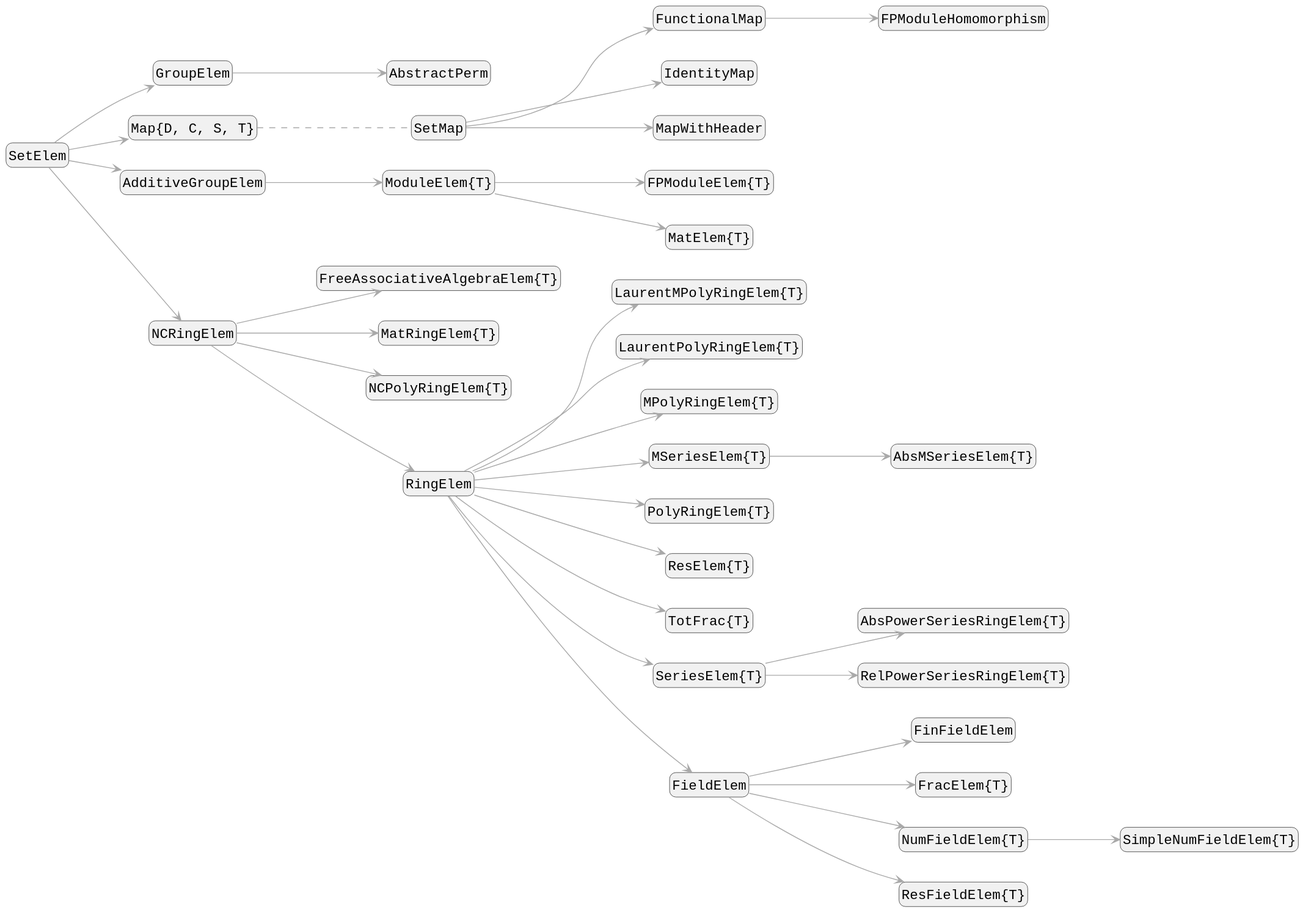
Above: docs/src/assets/elements_diagram.svg in Nemocas/AbstractAlgebra.jl (PlantUML), before the change.
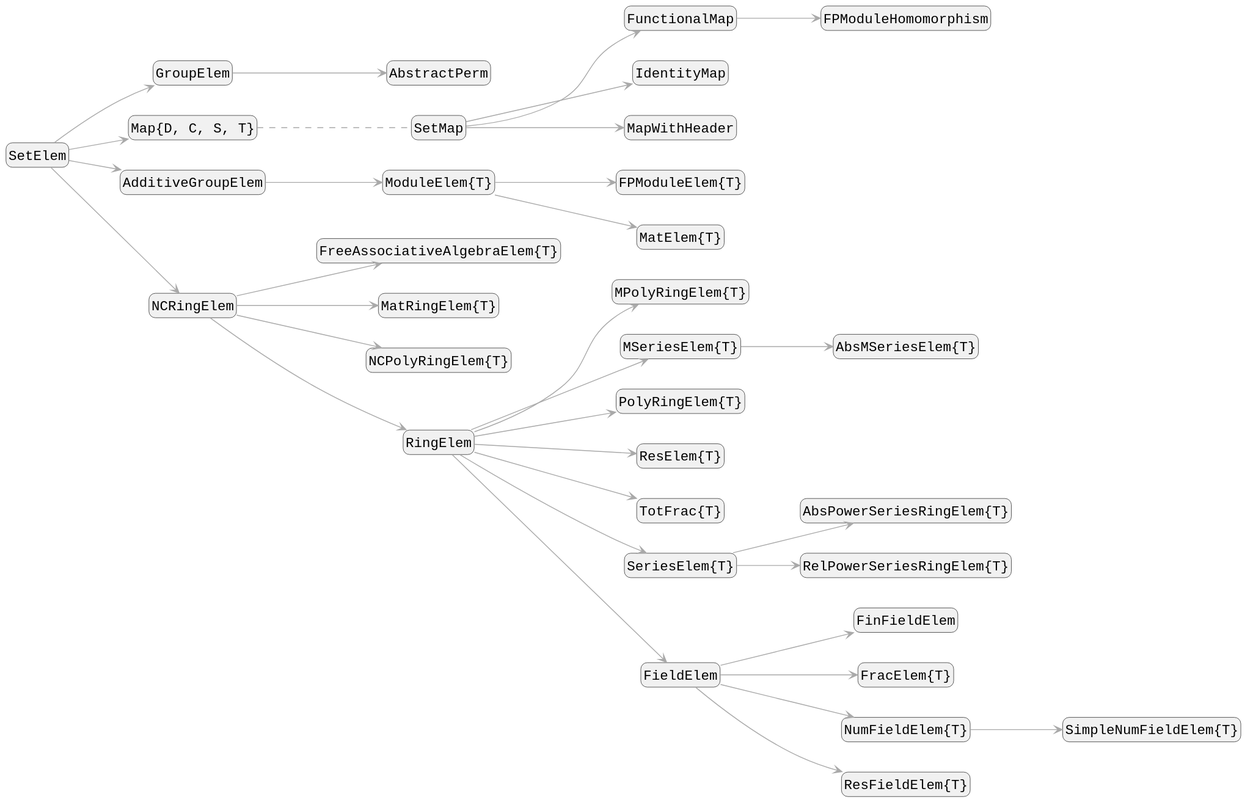
The same diagram one commit later.

The edit, as a diff of the source:
```diff
@@ -18,8 +18,6 @@
 "NCRingElem" --> "MatRingElem{T}"
 "NCRingElem" --> "NCPolyRingElem{T}"
 "NCRingElem" --> "RingElem"
-"RingElem" --> "LaurentMPolyRingElem{T}"
-"RingElem" --> "LaurentPolyRingElem{T}"
 "RingElem" --> "MPolyRingElem{T}"
 "RingElem" --> "MSeriesElem{T}"
 "MSeriesElem{T}" --> "AbsMSeriesElem{T}"
```
